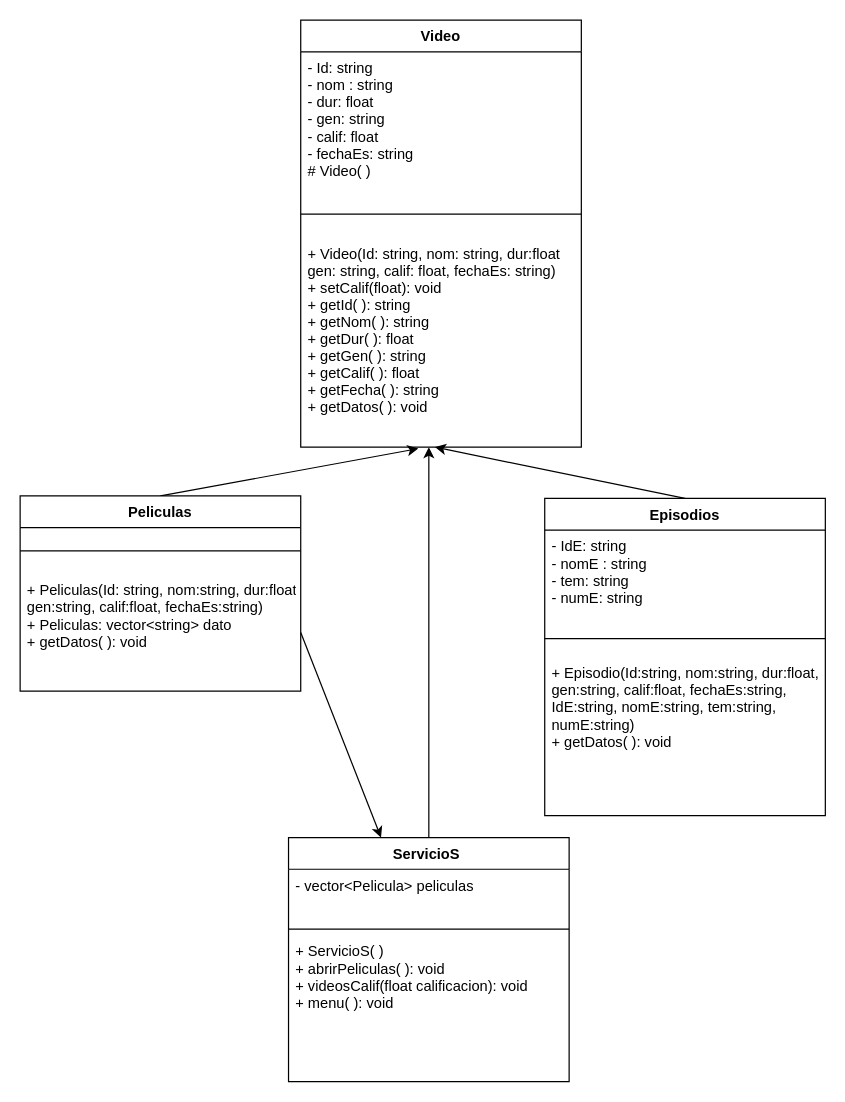
The draw.io diagram diagrama.drawio in a01749596/situacionProblema, before the edit. Source tidied: cells renumbered, new cells numbered last; positions are measured from the earlier drawing's top-left corner, leaving out a move shared by most shapes. Both pictures are drawn from the tidied source at 122%, with x=0, y=0 at pixel (20, 20).
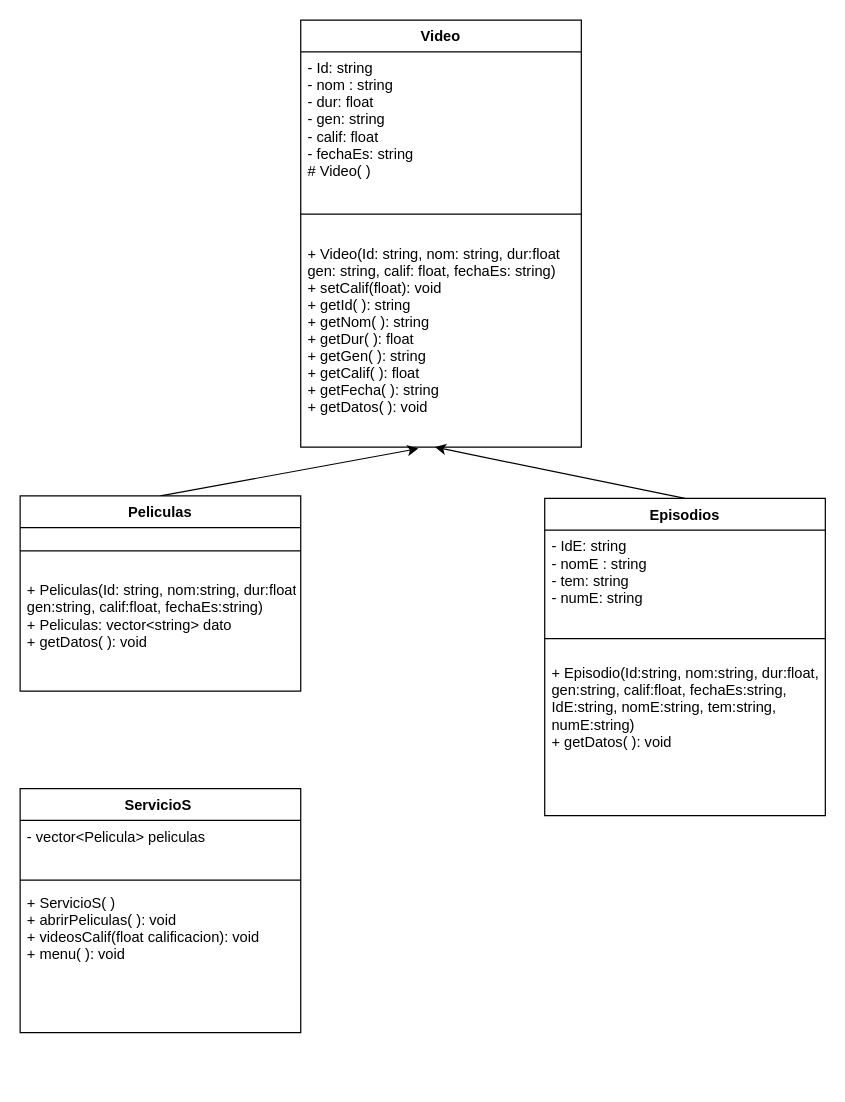
The same page after the edit.

The change refers to these unchanged cells:
```xml
<mxCell id="9" value="+ Peliculas(Id: string, nom:string, dur:float,&#10;gen:string, calif:float, fechaEs:string)&#10;+ Peliculas: vector&lt;string&gt; dato &#10;+ getDatos( ): void " style="text;strokeColor=none;fillColor=none;align=left;verticalAlign=top;spacingLeft=4;spacingRight=4;overflow=hidden;points=[[0,0.5],[1,0.5]];portConstraint=eastwest;" parent="7" vertex="1">
  <mxGeometry y="64" width="230" height="96" as="geometry" />
</mxCell>
```

The edit, as a diff of the source:
```diff
@@
-    <mxCell id="15" style="edgeStyle=none;html=1;exitX=0.5;exitY=0;exitDx=0;exitDy=0;" parent="1" edge="1" source="16">
-      <mxGeometry relative="1" as="geometry">
-        <mxPoint x="335" y="350" as="targetPoint" />
-      </mxGeometry>
-    </mxCell>
     <mxCell id="16" value="ServicioS " style="swimlane;fontStyle=1;align=center;verticalAlign=top;horizontal=1;startSize=26;" parent="1" vertex="1">
-      <mxGeometry x="220" y="670" width="230" height="200" as="geometry" />
+      <mxGeometry y="630" width="230" height="200" as="geometry" />
     </mxCell>
@@
-    <mxCell id="20" style="edgeStyle=none;html=1;exitX=1;exitY=0.5;exitDx=0;exitDy=0;" parent="1" edge="1" source="9" target="16">
-      <mxGeometry relative="1" as="geometry" />
-    </mxCell>
```
